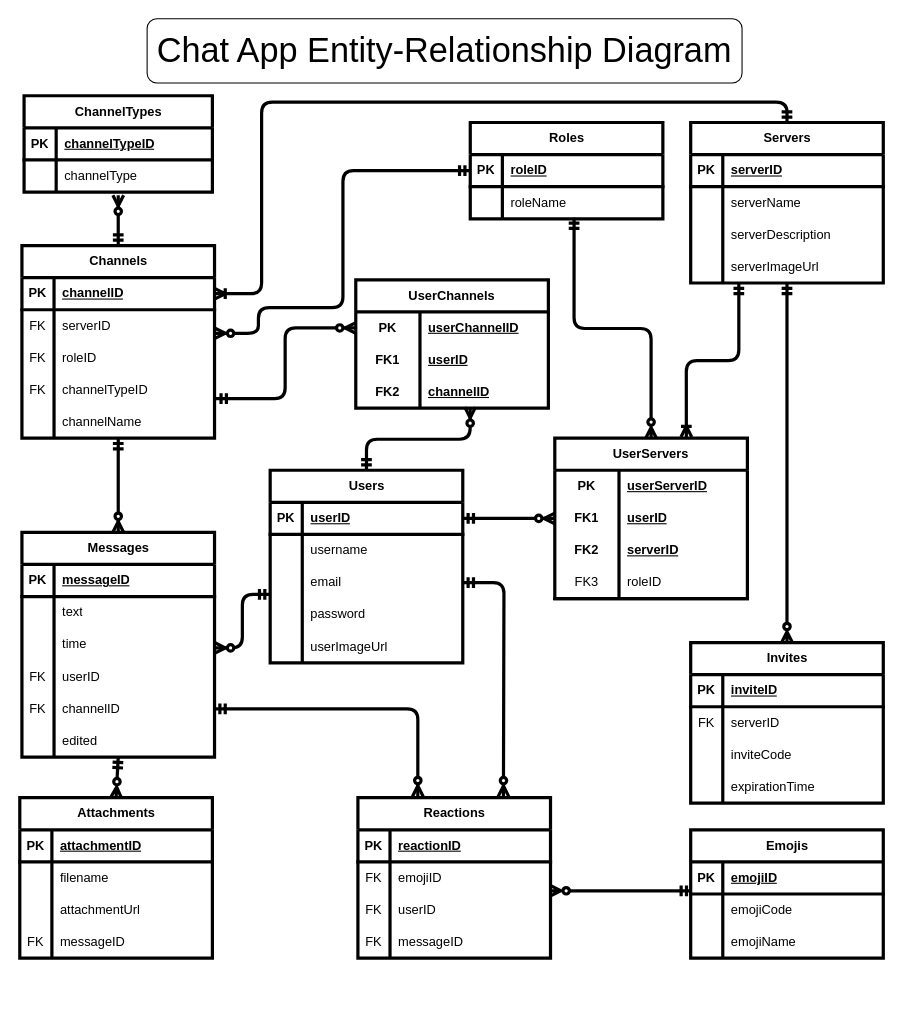
Above: database/Chat App ERD.drawio in Lisa-Fink/Chat-App (draw.io), before the change. Source tidied: cells renumbered, new cells numbered last; positions are measured from the earlier drawing's top-left corner, leaving out a move shared by most shapes. Both pictures are drawn from the tidied source at 107%, with x=0, y=0 at pixel (19, 18).
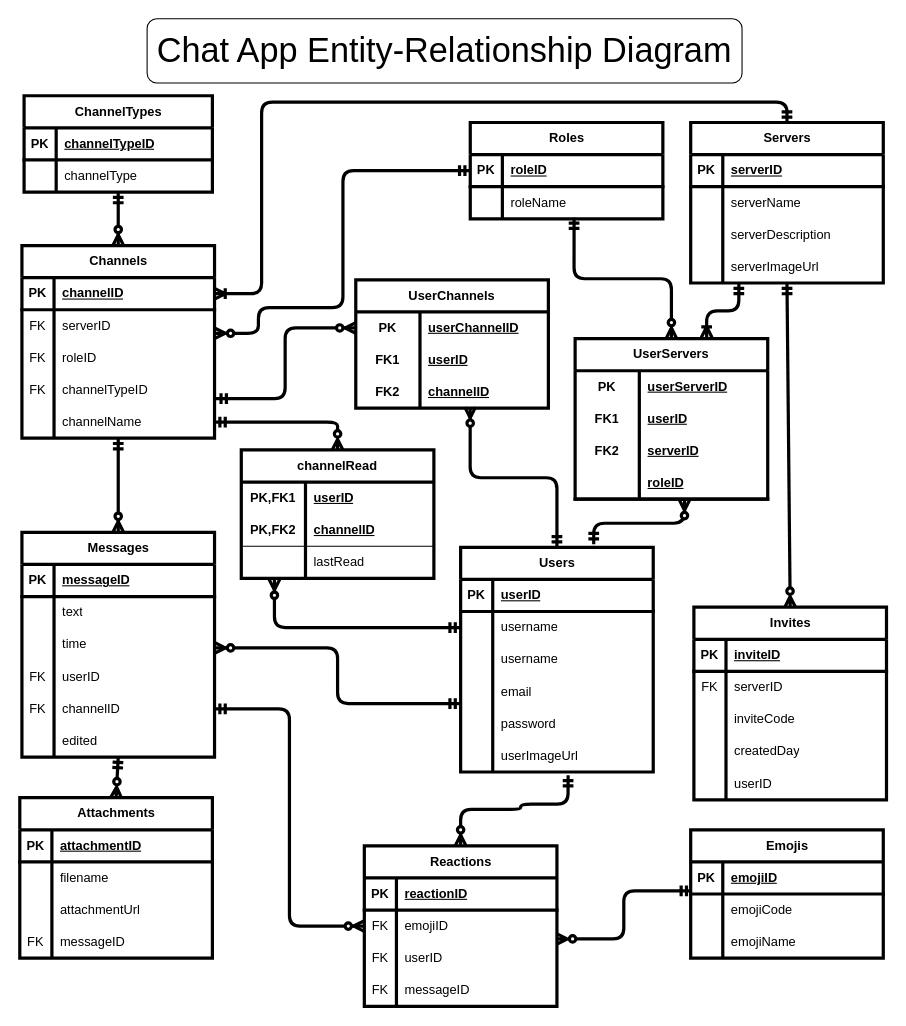
The same diagram, later.

Unchanged cells that the change refers to:
```xml
<mxCell id="3" style="shape=tableRow;horizontal=0;startSize=0;swimlaneHead=0;swimlaneBody=0;points=[[0,0.5],[1,0.5]];portConstraint=eastwest;top=0;left=0;right=0;bottom=1;labelBorderColor=none;strokeWidth=3;labelBackgroundColor=none;fillColor=none;" parent="2" vertex="1">
  <mxGeometry y="30" width="180" height="30" as="geometry" />
</mxCell>
<mxCell id="6" style="shape=tableRow;horizontal=0;startSize=0;swimlaneHead=0;swimlaneBody=0;points=[[0,0.5],[1,0.5]];portConstraint=eastwest;top=0;left=0;right=0;bottom=0;labelBorderColor=none;strokeWidth=3;labelBackgroundColor=none;fillColor=none;" parent="2" vertex="1">
  <mxGeometry y="60" width="180" height="30" as="geometry" />
</mxCell>
<mxCell id="31" value="Messages" style="shape=table;startSize=30;childLayout=tableLayout;rowLines=0;fontStyle=1;align=center;html=1;labelBorderColor=none;strokeWidth=3;labelBackgroundColor=none;fillColor=none;" parent="1" vertex="1">
  <mxGeometry x="2" y="480" width="180" height="210" as="geometry" />
</mxCell>
<mxCell id="44" style="shape=tableRow;horizontal=0;startSize=0;swimlaneHead=0;swimlaneBody=0;points=[[0,0.5],[1,0.5]];portConstraint=eastwest;top=0;left=0;right=0;bottom=0;labelBorderColor=none;strokeWidth=3;labelBackgroundColor=none;fillColor=none;" parent="31" vertex="1">
  <mxGeometry y="150" width="180" height="30" as="geometry" />
</mxCell>
<mxCell id="50" value="Attachments" style="shape=table;startSize=30;childLayout=tableLayout;rowLines=0;fontStyle=1;align=center;html=1;strokeWidth=3;labelBackgroundColor=none;fillColor=none;" parent="1" vertex="1">
  <mxGeometry y="728" width="180" height="150" as="geometry" />
</mxCell>
<mxCell id="67" style="shape=tableRow;horizontal=0;startSize=0;swimlaneHead=0;swimlaneBody=0;points=[[0,0.5],[1,0.5]];portConstraint=eastwest;top=0;left=0;right=0;bottom=0;labelBorderColor=none;strokeWidth=3;labelBackgroundColor=none;fillColor=none;" parent="63" vertex="1">
  <mxGeometry y="60" width="180" height="30" as="geometry" />
</mxCell>
<mxCell id="80" style="shape=tableRow;horizontal=0;startSize=0;swimlaneHead=0;swimlaneBody=0;points=[[0,0.5],[1,0.5]];portConstraint=eastwest;top=0;left=0;right=0;bottom=0;html=1;labelBorderColor=none;strokeWidth=3;labelBackgroundColor=none;fillColor=none;" parent="76" vertex="1">
  <mxGeometry y="60" width="180" height="30" as="geometry" />
</mxCell>
<mxCell id="86" style="shape=tableRow;horizontal=0;startSize=0;swimlaneHead=0;swimlaneBody=0;points=[[0,0.5],[1,0.5]];portConstraint=eastwest;top=0;left=0;right=0;bottom=1;html=1;labelBorderColor=none;strokeWidth=3;labelBackgroundColor=none;fillColor=none;" parent="76" vertex="1">
  <mxGeometry y="120" width="180" height="30" as="geometry" />
</mxCell>
<mxCell id="105" style="shape=tableRow;horizontal=0;startSize=0;swimlaneHead=0;swimlaneBody=0;points=[[0,0.5],[1,0.5]];portConstraint=eastwest;top=0;left=0;right=0;bottom=1;labelBorderColor=none;strokeWidth=3;labelBackgroundColor=none;fillColor=none;" parent="104" vertex="1">
  <mxGeometry y="30" width="180" height="30" as="geometry" />
</mxCell>
<mxCell id="116" value="Channels" style="shape=table;startSize=30;childLayout=tableLayout;rowLines=0;fontStyle=1;align=center;html=1;labelBorderColor=none;strokeWidth=3;labelBackgroundColor=none;fillColor=none;" parent="1" vertex="1">
  <mxGeometry x="2" y="212" width="180" height="180" as="geometry" />
</mxCell>
<mxCell id="129" style="shape=tableRow;horizontal=0;startSize=0;swimlaneHead=0;swimlaneBody=0;points=[[0,0.5],[1,0.5]];portConstraint=eastwest;top=0;left=0;right=0;bottom=0;labelBorderColor=none;strokeWidth=3;labelBackgroundColor=none;fillColor=none;" parent="116" vertex="1">
  <mxGeometry y="150" width="180" height="30" as="geometry" />
</mxCell>
<mxCell id="136" style="shape=tableRow;horizontal=0;startSize=0;swimlaneHead=0;swimlaneBody=0;points=[[0,0.5],[1,0.5]];portConstraint=eastwest;top=0;left=0;right=0;bottom=0;labelBorderColor=none;strokeWidth=3;labelBackgroundColor=none;fillColor=none;" parent="132" vertex="1">
  <mxGeometry y="60" width="176" height="30" as="geometry" />
</mxCell>
<mxCell id="164" style="shape=tableRow;horizontal=0;startSize=0;swimlaneHead=0;swimlaneBody=0;top=0;left=0;right=0;bottom=0;labelBorderColor=none;strokeWidth=3;labelBackgroundColor=none;fillColor=none;" parent="154" vertex="1">
  <mxGeometry y="120" width="180" height="30" as="geometry" />
</mxCell>
```

What changed in the source:
```diff
@@
     <mxCell id="2" value="Users" style="shape=table;startSize=30;childLayout=tableLayout;rowLines=0;fontStyle=1;align=center;html=1;labelBorderColor=none;strokeWidth=3;labelBackgroundColor=none;fillColor=none;" parent="1" vertex="1">
-      <mxGeometry x="234" y="422" width="180" height="180" as="geometry" />
+      <mxGeometry x="412" y="494" width="180" height="210" as="geometry" />
     </mxCell>
@@
+    <mxCell id="169" style="shape=tableRow;horizontal=0;startSize=0;swimlaneHead=0;swimlaneBody=0;top=0;left=0;right=0;bottom=0;labelBorderColor=none;strokeWidth=3;labelBackgroundColor=none;fillColor=none;" parent="2" vertex="1">
+      <mxGeometry y="90" width="180" height="30" as="geometry" />
+    </mxCell>
+    <mxCell id="170" style="shape=partialRectangle;top=0;left=0;bottom=0;right=0;overflow=hidden;whiteSpace=wrap;html=1;labelBorderColor=none;strokeWidth=3;labelBackgroundColor=none;fillColor=none;" parent="169" vertex="1">
+      <mxGeometry width="30" height="30" as="geometry" />
+    </mxCell>
+    <mxCell id="171" value="username" style="shape=partialRectangle;top=0;left=0;bottom=0;right=0;align=left;spacingLeft=6;overflow=hidden;whiteSpace=wrap;html=1;labelBorderColor=none;strokeWidth=3;labelBackgroundColor=none;fillColor=none;" parent="169" vertex="1">
+      <mxGeometry x="30" width="150" height="30" as="geometry" />
+    </mxCell>
     <mxCell id="9" style="shape=tableRow;horizontal=0;startSize=0;swimlaneHead=0;swimlaneBody=0;points=[[0,0.5],[1,0.5]];portConstraint=eastwest;top=0;left=0;right=0;bottom=0;labelBorderColor=none;strokeWidth=3;labelBackgroundColor=none;fillColor=none;" parent="2" vertex="1">
-      <mxGeometry y="90" width="180" height="30" as="geometry" />
+      <mxGeometry y="120" width="180" height="30" as="geometry" />
     </mxCell>
@@
     <mxCell id="12" style="shape=tableRow;horizontal=0;startSize=0;swimlaneHead=0;swimlaneBody=0;points=[[0,0.5],[1,0.5]];portConstraint=eastwest;top=0;left=0;right=0;bottom=0;labelBorderColor=none;strokeWidth=3;labelBackgroundColor=none;fillColor=none;" parent="2" vertex="1">
-      <mxGeometry y="120" width="180" height="30" as="geometry" />
+      <mxGeometry y="150" width="180" height="30" as="geometry" />
     </mxCell>
@@
     <mxCell id="15" style="shape=tableRow;horizontal=0;startSize=0;swimlaneHead=0;swimlaneBody=0;points=[[0,0.5],[1,0.5]];portConstraint=eastwest;top=0;left=0;right=0;bottom=0;labelBorderColor=none;strokeWidth=3;labelBackgroundColor=none;fillColor=none;" parent="2" vertex="1">
-      <mxGeometry y="150" width="180" height="30" as="geometry" />
+      <mxGeometry y="180" width="180" height="30" as="geometry" />
     </mxCell>
@@
     <mxCell id="63" value="Reactions" style="shape=table;startSize=30;childLayout=tableLayout;rowLines=0;fontStyle=1;align=center;html=1;labelBorderColor=none;strokeWidth=3;labelBackgroundColor=none;fillColor=none;" parent="1" vertex="1">
-      <mxGeometry x="316" y="728" width="180" height="150" as="geometry" />
+      <mxGeometry x="322" y="773" width="180" height="150" as="geometry" />
     </mxCell>
@@
     <mxCell id="76" value="UserServers" style="shape=table;startSize=30;childLayout=tableLayout;rowLines=0;fontStyle=1;align=center;html=1;whiteSpace=wrap;labelBorderColor=none;strokeWidth=3;labelBackgroundColor=none;fillColor=none;" parent="1" vertex="1">
-      <mxGeometry x="500" y="392" width="180" height="150" as="geometry" />
+      <mxGeometry x="519" y="299" width="180" height="150" as="geometry" />
     </mxCell>
@@
-    <mxCell id="87" value="&lt;span style=&quot;font-weight: normal;&quot;&gt;FK3&lt;/span&gt;" style="shape=partialRectangle;top=0;left=0;bottom=0;right=0;fontStyle=1;overflow=hidden;html=1;whiteSpace=wrap;labelBorderColor=none;strokeWidth=3;labelBackgroundColor=none;fillColor=none;" parent="86" vertex="1">
+    <mxCell id="87" style="shape=partialRectangle;top=0;left=0;bottom=0;right=0;fontStyle=1;overflow=hidden;html=1;whiteSpace=wrap;labelBorderColor=none;strokeWidth=3;labelBackgroundColor=none;fillColor=none;" parent="86" vertex="1">
       <mxGeometry width="60" height="30" as="geometry" />
     </mxCell>
-    <mxCell id="88" style="shape=partialRectangle;top=0;left=0;bottom=0;right=0;align=left;spacingLeft=6;fontStyle=5;overflow=hidden;html=1;whiteSpace=wrap;labelBorderColor=none;strokeWidth=3;labelBackgroundColor=none;fillColor=none;strokeColor=inherit;" parent="86" vertex="1">
+    <mxCell id="88" value="roleID" style="shape=partialRectangle;top=0;left=0;bottom=0;right=0;align=left;spacingLeft=6;fontStyle=5;overflow=hidden;html=1;whiteSpace=wrap;labelBorderColor=none;strokeWidth=3;labelBackgroundColor=none;fillColor=none;strokeColor=inherit;" parent="86" vertex="1">
       <mxGeometry x="60" width="120" height="30" as="geometry" />
     </mxCell>
-    <mxCell id="89" style="fontSize=12;html=1;endArrow=ERzeroToMany;startArrow=ERmandOne;rounded=1;strokeWidth=3;entryX=0;entryY=0.5;entryDx=0;entryDy=0;exitX=1;exitY=0.5;exitDx=0;exitDy=0;labelBorderColor=none;labelBackgroundColor=none;fontColor=default;fillColor=none;edgeStyle=orthogonalEdgeStyle;" parent="1" edge="1" source="3" target="80">
+    <mxCell id="89" style="fontSize=12;html=1;endArrow=ERzeroToMany;startArrow=ERmandOne;rounded=1;strokeWidth=3;labelBorderColor=none;labelBackgroundColor=none;fontColor=default;fillColor=none;edgeStyle=orthogonalEdgeStyle;exitX=0.691;exitY=-0.014;exitDx=0;exitDy=0;exitPerimeter=0;entryX=0.568;entryY=1.013;entryDx=0;entryDy=0;entryPerimeter=0;" parent="1" edge="1" source="2" target="86">
       <mxGeometry relative="1" as="geometry" />
     </mxCell>
@@
-    <mxCell id="92" style="fontSize=12;html=1;endArrow=ERzeroToMany;startArrow=ERmandOne;rounded=1;labelBackgroundColor=none;strokeWidth=3;fontFamily=Helvetica;fontColor=default;shape=connector;labelBorderColor=none;fillColor=none;endFill=0;entryX=0.5;entryY=0;entryDx=0;entryDy=0;exitX=0.5;exitY=1;exitDx=0;exitDy=0;" parent="1" edge="1" source="31" target="50">
-      <mxGeometry relative="1" as="geometry" />
+    <mxCell id="92" style="fontSize=12;html=1;endArrow=ERzeroToMany;startArrow=ERmandOne;rounded=1;labelBackgroundColor=none;strokeWidth=3;fontFamily=Helvetica;fontColor=default;shape=connector;labelBorderColor=none;fillColor=none;endFill=0;entryX=0.5;entryY=0;entryDx=0;entryDy=0;" parent="1" edge="1" target="50">
+      <mxGeometry relative="1" as="geometry">
+        <mxPoint x="92" y="690" as="sourcePoint" />
+      </mxGeometry>
     </mxCell>
-    <mxCell id="93" style="edgeStyle=orthogonalEdgeStyle;fontSize=12;html=1;endArrow=ERzeroToMany;startArrow=ERmandOne;rounded=1;labelBackgroundColor=none;strokeWidth=3;fontFamily=Helvetica;fontColor=default;shape=connector;labelBorderColor=none;fillColor=none;exitX=1;exitY=0.5;exitDx=0;exitDy=0;entryX=0.311;entryY=-0.007;entryDx=0;entryDy=0;entryPerimeter=0;" parent="1" edge="1" source="44" target="63">
+    <mxCell id="93" style="edgeStyle=orthogonalEdgeStyle;fontSize=12;html=1;endArrow=ERzeroToMany;startArrow=ERmandOne;rounded=1;labelBackgroundColor=none;strokeWidth=3;fontFamily=Helvetica;fontColor=default;shape=connector;labelBorderColor=none;fillColor=none;exitX=1;exitY=0.5;exitDx=0;exitDy=0;entryX=0;entryY=0.5;entryDx=0;entryDy=0;" parent="1" edge="1" source="44" target="67">
       <mxGeometry relative="1" as="geometry" />
     </mxCell>
@@
-    <mxCell id="114" style="fontSize=12;html=1;endArrow=ERzeroToMany;startArrow=ERmandOne;rounded=1;strokeColor=default;labelBackgroundColor=none;strokeWidth=3;labelBorderColor=none;fillColor=none;endFill=0;entryX=0.998;entryY=0.9;entryDx=0;entryDy=0;entryPerimeter=0;exitX=0.006;exitY=0.9;exitDx=0;exitDy=0;exitPerimeter=0;" parent="1" edge="1" source="105" target="67">
+    <mxCell id="114" style="fontSize=12;html=1;endArrow=ERzeroToMany;startArrow=ERmandOne;rounded=1;strokeColor=default;labelBackgroundColor=none;strokeWidth=3;labelBorderColor=none;fillColor=none;endFill=0;entryX=0.998;entryY=0.9;entryDx=0;entryDy=0;entryPerimeter=0;exitX=0.006;exitY=0.9;exitDx=0;exitDy=0;exitPerimeter=0;edgeStyle=orthogonalEdgeStyle;" parent="1" edge="1" source="105" target="67">
       <mxGeometry relative="1" as="geometry" />
     </mxCell>
-    <mxCell id="115" value="roleID" style="shape=partialRectangle;top=0;left=0;bottom=0;right=0;align=left;spacingLeft=6;overflow=hidden;whiteSpace=wrap;html=1;labelBorderColor=none;strokeWidth=3;labelBackgroundColor=none;fillColor=none;" parent="1" vertex="1">
-      <mxGeometry x="560" y="512" width="150" height="30" as="geometry" />
-    </mxCell>
@@
-    <mxCell id="153" style="fontSize=12;html=1;endArrow=ERzeroToMany;startArrow=ERmandOne;rounded=1;labelBackgroundColor=none;strokeWidth=3;labelBorderColor=none;fillColor=none;entryX=0.5;entryY=1.1;entryDx=0;entryDy=0;exitX=0.5;exitY=0;exitDx=0;exitDy=0;entryPerimeter=0;" parent="1" edge="1" source="116" target="136">
+    <mxCell id="153" style="fontSize=12;html=1;endArrow=ERzeroToMany;startArrow=ERmandOne;rounded=1;labelBackgroundColor=none;strokeWidth=3;labelBorderColor=none;fillColor=none;entryX=0.5;entryY=0;entryDx=0;entryDy=0;" parent="1" edge="1" source="136" target="116">
       <mxGeometry relative="1" as="geometry" />
     </mxCell>
     <mxCell id="154" value="Invites" style="shape=table;startSize=30;childLayout=tableLayout;rowLines=0;fontStyle=1;align=center;html=1;labelBorderColor=none;strokeWidth=3;labelBackgroundColor=none;fillColor=none;" parent="1" vertex="1">
-      <mxGeometry x="627" y="583" width="180" height="150" as="geometry" />
+      <mxGeometry x="630" y="550" width="180" height="180" as="geometry" />
     </mxCell>
@@
-    <mxCell id="166" value="expirationTime" style="shape=partialRectangle;top=0;left=0;bottom=0;right=0;align=left;spacingLeft=6;overflow=hidden;whiteSpace=wrap;html=1;labelBorderColor=none;strokeWidth=3;labelBackgroundColor=none;fillColor=none;" parent="164" vertex="1">
+    <mxCell id="166" value="createdDay" style="shape=partialRectangle;top=0;left=0;bottom=0;right=0;align=left;spacingLeft=6;overflow=hidden;whiteSpace=wrap;html=1;labelBorderColor=none;strokeWidth=3;labelBackgroundColor=none;fillColor=none;" parent="164" vertex="1">
       <mxGeometry x="30" width="150" height="30" as="geometry" />
     </mxCell>
+    <mxCell id="172" style="shape=tableRow;horizontal=0;startSize=0;swimlaneHead=0;swimlaneBody=0;top=0;left=0;right=0;bottom=0;labelBorderColor=none;strokeWidth=3;labelBackgroundColor=none;fillColor=none;" parent="154" vertex="1">
+      <mxGeometry y="150" width="180" height="30" as="geometry" />
+    </mxCell>
+    <mxCell id="173" style="shape=partialRectangle;top=0;left=0;bottom=0;right=0;overflow=hidden;whiteSpace=wrap;html=1;labelBorderColor=none;strokeWidth=3;labelBackgroundColor=none;fillColor=none;" parent="172" vertex="1">
+      <mxGeometry width="30" height="30" as="geometry" />
+    </mxCell>
+    <mxCell id="174" value="userID" style="shape=partialRectangle;top=0;left=0;bottom=0;right=0;align=left;spacingLeft=6;overflow=hidden;whiteSpace=wrap;html=1;labelBorderColor=none;strokeWidth=3;labelBackgroundColor=none;fillColor=none;" parent="172" vertex="1">
+      <mxGeometry x="30" width="150" height="30" as="geometry" />
+    </mxCell>
@@
-    <mxCell id="168" style="edgeStyle=orthogonalEdgeStyle;fontSize=12;html=1;endArrow=ERzeroToMany;startArrow=ERmandOne;rounded=1;labelBackgroundColor=none;strokeWidth=3;fontFamily=Helvetica;fontColor=default;shape=connector;labelBorderColor=none;fillColor=none;exitX=1;exitY=0.5;exitDx=0;exitDy=0;" parent="1" edge="1" source="9">
+    <mxCell id="168" style="fontSize=12;html=1;endArrow=ERzeroToMany;startArrow=ERmandOne;rounded=1;labelBackgroundColor=none;strokeWidth=3;fontFamily=Helvetica;fontColor=default;shape=connector;labelBorderColor=none;fillColor=none;exitX=0.558;exitY=1.1;exitDx=0;exitDy=0;exitPerimeter=0;entryX=0.5;entryY=0;entryDx=0;entryDy=0;edgeStyle=orthogonalEdgeStyle;" parent="1" edge="1" source="15" target="63">
       <mxGeometry relative="1" as="geometry">
-        <mxPoint x="452" y="727" as="targetPoint" />
+        <Array as="points">
+          <mxPoint x="512" y="734" />
+          <mxPoint x="468" y="734" />
+          <mxPoint x="468" y="739" />
+          <mxPoint x="412" y="739" />
+        </Array>
       </mxGeometry>
     </mxCell>
+    <mxCell id="175" value="channelRead" style="shape=table;startSize=30;childLayout=tableLayout;rowLines=0;fontStyle=1;align=center;html=1;whiteSpace=wrap;fillColor=none;labelBorderColor=none;strokeWidth=3;labelBackgroundColor=none;" parent="1" vertex="1">
+      <mxGeometry x="207" y="403" width="180" height="120" as="geometry" />
+    </mxCell>
+    <mxCell id="176" style="shape=tableRow;horizontal=0;startSize=0;swimlaneHead=0;swimlaneBody=0;fillColor=none;top=0;left=0;right=0;bottom=0;html=1;" parent="175" vertex="1">
+      <mxGeometry y="30" width="180" height="30" as="geometry" />
+    </mxCell>
+    <mxCell id="177" value="PK,FK1" style="shape=partialRectangle;fillColor=none;top=0;left=0;bottom=0;right=0;fontStyle=1;overflow=hidden;html=1;whiteSpace=wrap;" parent="176" vertex="1">
+      <mxGeometry width="60" height="30" as="geometry" />
+    </mxCell>
+    <mxCell id="178" value="userID" style="shape=partialRectangle;fillColor=none;top=0;left=0;bottom=0;right=0;align=left;spacingLeft=6;fontStyle=5;overflow=hidden;html=1;whiteSpace=wrap;" parent="176" vertex="1">
+      <mxGeometry x="60" width="120" height="30" as="geometry" />
+    </mxCell>
+    <mxCell id="179" style="shape=tableRow;horizontal=0;startSize=0;swimlaneHead=0;swimlaneBody=0;fillColor=none;top=0;left=0;right=0;bottom=1;html=1;" parent="175" vertex="1">
+      <mxGeometry y="60" width="180" height="30" as="geometry" />
+    </mxCell>
+    <mxCell id="180" value="PK,FK2" style="shape=partialRectangle;fillColor=none;top=0;left=0;bottom=0;right=0;fontStyle=1;overflow=hidden;html=1;whiteSpace=wrap;" parent="179" vertex="1">
+      <mxGeometry width="60" height="30" as="geometry" />
+    </mxCell>
+    <mxCell id="181" value="channelID" style="shape=partialRectangle;fillColor=none;top=0;left=0;bottom=0;right=0;align=left;spacingLeft=6;fontStyle=5;overflow=hidden;html=1;whiteSpace=wrap;" parent="179" vertex="1">
+      <mxGeometry x="60" width="120" height="30" as="geometry" />
+    </mxCell>
+    <mxCell id="182" style="shape=tableRow;horizontal=0;startSize=0;swimlaneHead=0;swimlaneBody=0;fillColor=none;points=[[0,0.5],[1,0.5]];portConstraint=eastwest;top=0;left=0;right=0;bottom=0;html=1;" parent="175" vertex="1">
+      <mxGeometry y="90" width="180" height="30" as="geometry" />
+    </mxCell>
+    <mxCell id="183" style="shape=partialRectangle;fillColor=none;top=0;left=0;bottom=0;right=0;overflow=hidden;html=1;whiteSpace=wrap;" parent="182" vertex="1">
+      <mxGeometry width="60" height="30" as="geometry" />
+    </mxCell>
+    <mxCell id="184" value="lastRead" style="shape=partialRectangle;fillColor=none;top=0;left=0;bottom=0;right=0;align=left;spacingLeft=6;overflow=hidden;html=1;whiteSpace=wrap;" parent="182" vertex="1">
+      <mxGeometry x="60" width="120" height="30" as="geometry" />
+    </mxCell>
+    <mxCell id="185" style="fontSize=12;html=1;endArrow=ERzeroToMany;startArrow=ERmandOne;rounded=1;exitX=0;exitY=0.5;exitDx=0;exitDy=0;labelBackgroundColor=none;strokeWidth=3;labelBorderColor=none;fillColor=none;edgeStyle=orthogonalEdgeStyle;entryX=0.172;entryY=1.027;entryDx=0;entryDy=0;entryPerimeter=0;" parent="1" edge="1" source="6" target="182">
+      <mxGeometry relative="1" as="geometry" />
+    </mxCell>
+    <mxCell id="186" style="fontSize=12;html=1;endArrow=ERmandOne;startArrow=ERzeroToMany;rounded=1;labelBackgroundColor=none;strokeWidth=3;labelBorderColor=none;fillColor=none;edgeStyle=orthogonalEdgeStyle;entryX=1;entryY=0.5;entryDx=0;entryDy=0;endFill=0;startFill=0;" parent="1" edge="1" source="175" target="129">
+      <mxGeometry relative="1" as="geometry" />
+    </mxCell>
```
